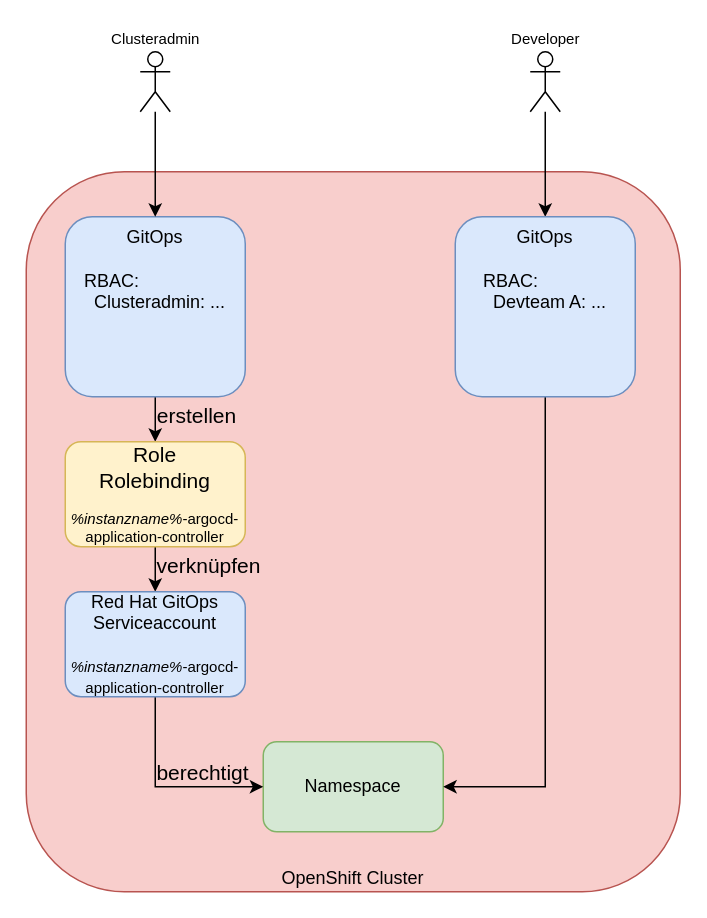
Before: page "Instanzberechtigungen" (3 of 3) of pictures/oneargo.drawio in saschasgit/rh-gitops_and_namespaces, a draw.io diagram. Source tidied: cells renumbered, new cells numbered last; positions are measured from the earlier drawing's top-left corner, leaving out a move shared by most shapes. Both pictures are drawn from the tidied source at 150%, with x=0, y=0 at pixel (26, 51).
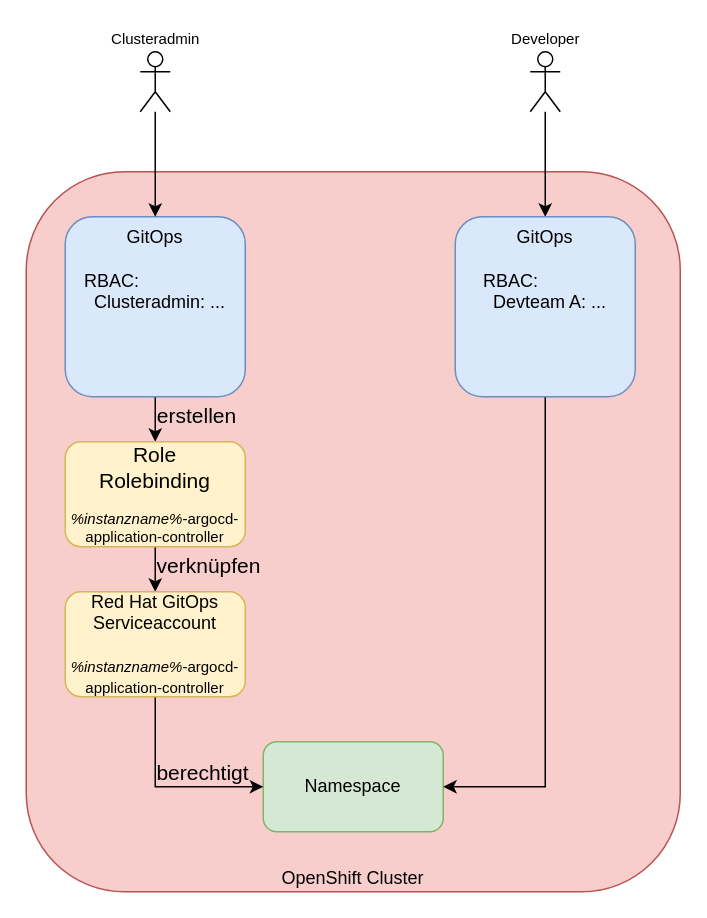
The same page after the edit.

The edit, as a diff of the source:
```diff
@@
-    <mxCell id="15" value="Red Hat GitOps&lt;br&gt;Serviceaccount&lt;br&gt;&lt;br&gt;&lt;i style=&quot;font-size: 10px;&quot;&gt;%instanzname%&lt;/i&gt;&lt;font style=&quot;font-size: 10px;&quot;&gt;-argocd-application-controller&lt;/font&gt;" style="rounded=1;whiteSpace=wrap;html=1;fillColor=#dae8fc;strokeColor=#6c8ebf;verticalAlign=middle;" parent="1" vertex="1">
+    <mxCell id="15" value="Red Hat GitOps&lt;br&gt;Serviceaccount&lt;br&gt;&lt;br&gt;&lt;i style=&quot;font-size: 10px;&quot;&gt;%instanzname%&lt;/i&gt;&lt;font style=&quot;font-size: 10px;&quot;&gt;-argocd-application-controller&lt;/font&gt;" style="rounded=1;whiteSpace=wrap;html=1;fillColor=#fff2cc;strokeColor=#d6b656;verticalAlign=middle;" parent="1" vertex="1">
       <mxGeometry x="26" y="360" width="120" height="70" as="geometry" />
     </mxCell>
```
